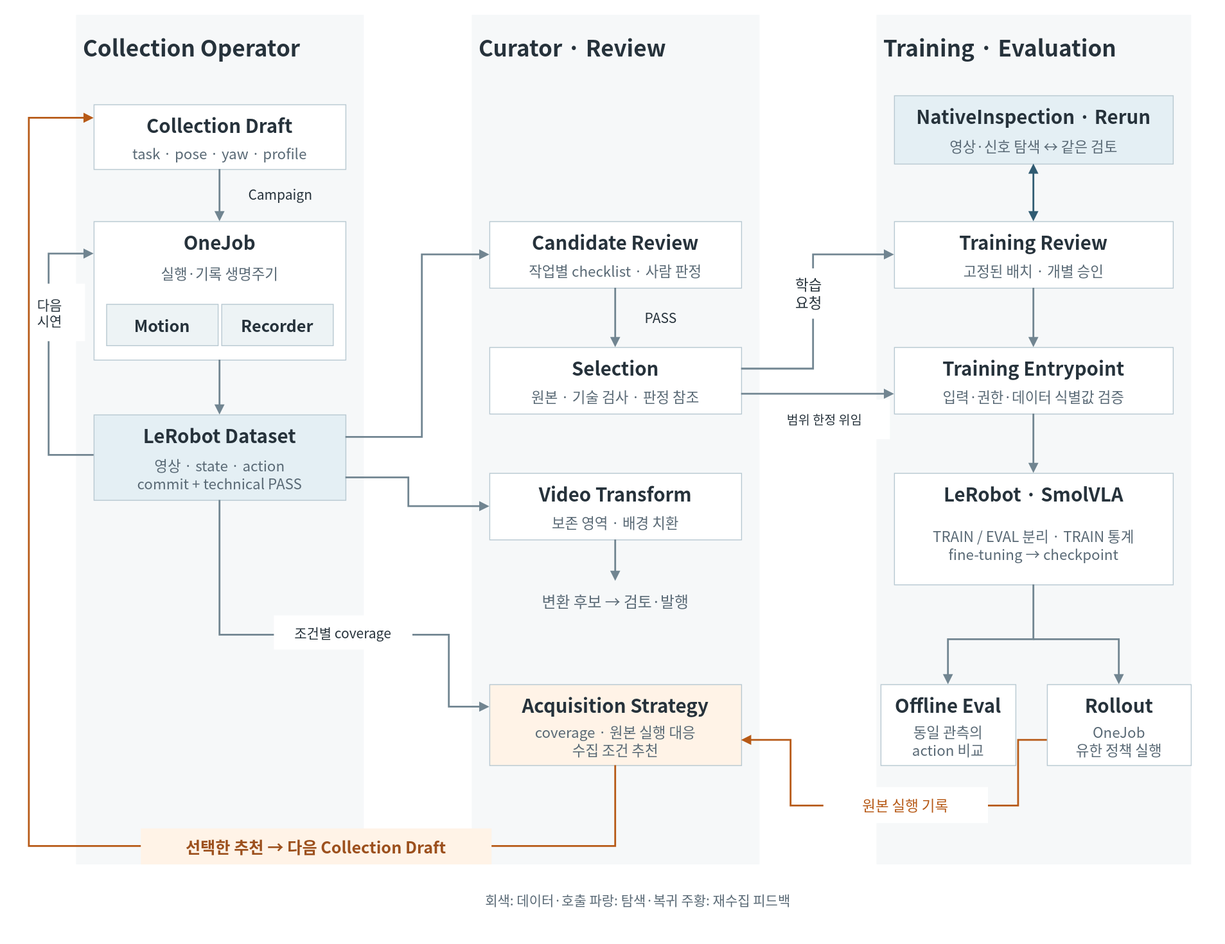
Before: docs/portfolio/system.drawio.svg, a diagram exported from draw.io (hasemu1211/fr5-lerobot-connector). Source tidied: cells renumbered, new cells last; positions are measured from the earlier drawing's top-left corner, leaving out a move shared by most shapes.
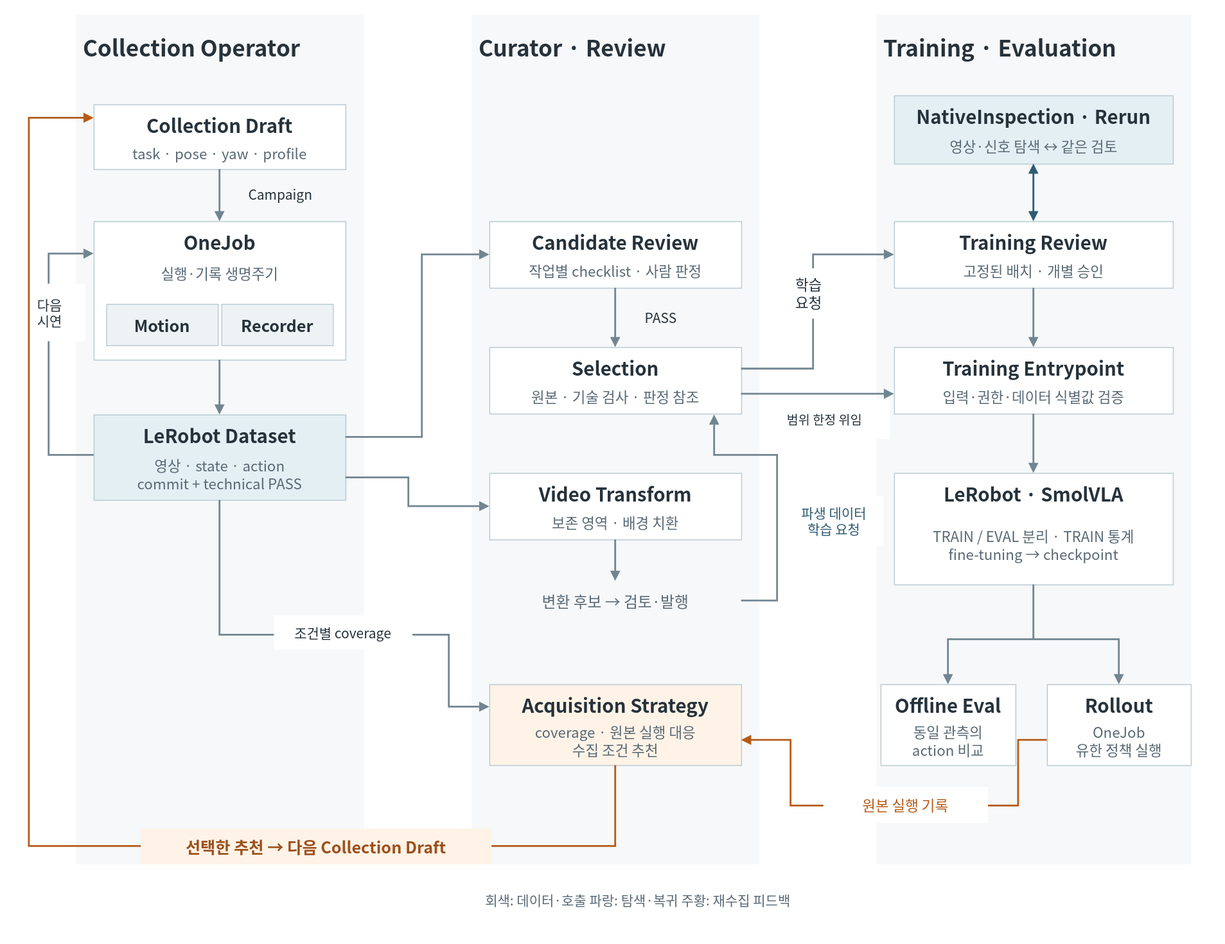
Above is the later version.

What changed in the source:
```diff
@@ -314,5 +314,19 @@
     <mxCell id="75" value="회색: 데이터·호출     파랑: 탐색·복귀     주황: 재수집 피드백" style="rounded=0;whiteSpace=wrap;html=0;fontFamily=Noto Sans CJK KR;fontSize=15;fontColor=#596975;fontStyle=0;align=center;verticalAlign=middle;fillColor=none;strokeColor=none;spacing=8;" parent="1" vertex="1">
       <mxGeometry x="73" y="966" width="1240" height="35" as="geometry" />
     </mxCell>
+    <mxCell id="76" style="edgeStyle=none;rounded=0;strokeWidth=2;strokeColor=#718591;endArrow=block;endFill=1;" parent="1" edge="1">
+      <mxGeometry relative="1" as="geometry">
+        <mxPoint x="808" y="652" as="sourcePoint" />
+        <mxPoint x="778" y="445" as="targetPoint" />
+        <Array as="points">
+          <mxPoint x="848" y="652" />
+          <mxPoint x="848" y="490" />
+          <mxPoint x="778" y="490" />
+        </Array>
+      </mxGeometry>
+    </mxCell>
+    <mxCell id="77" value="파생 데이터&#10;학습 요청" style="text;html=0;fontFamily=Noto Sans CJK KR;fontSize=15;fontColor=#305b72;align=center;verticalAlign=middle;strokeColor=none;fillColor=#ffffff;" parent="1" vertex="1">
+      <mxGeometry x="856" y="535" width="110" height="56" as="geometry" />
+    </mxCell>
   </root>
 </mxGraphModel>
```
